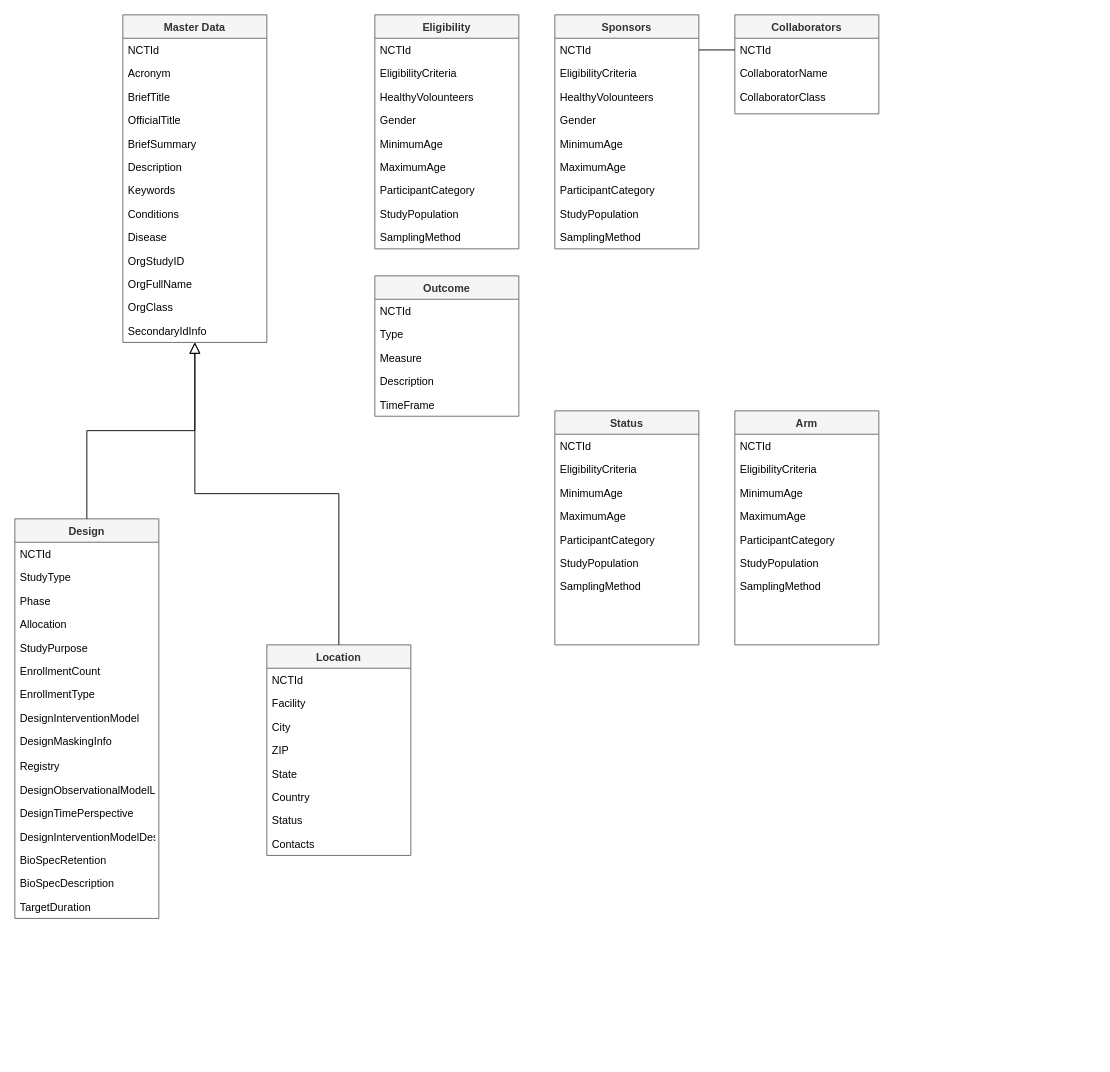
The draw.io diagram Snowflake_Database.drawio in arnaud-dg/CT_gov_project, before the edit. Source tidied: cells renumbered, new cells numbered last; positions are measured from the earlier drawing's top-left corner, leaving out a move shared by most shapes. Both pictures are drawn from the tidied source at 90%, with x=0, y=0 at pixel (14, 14).
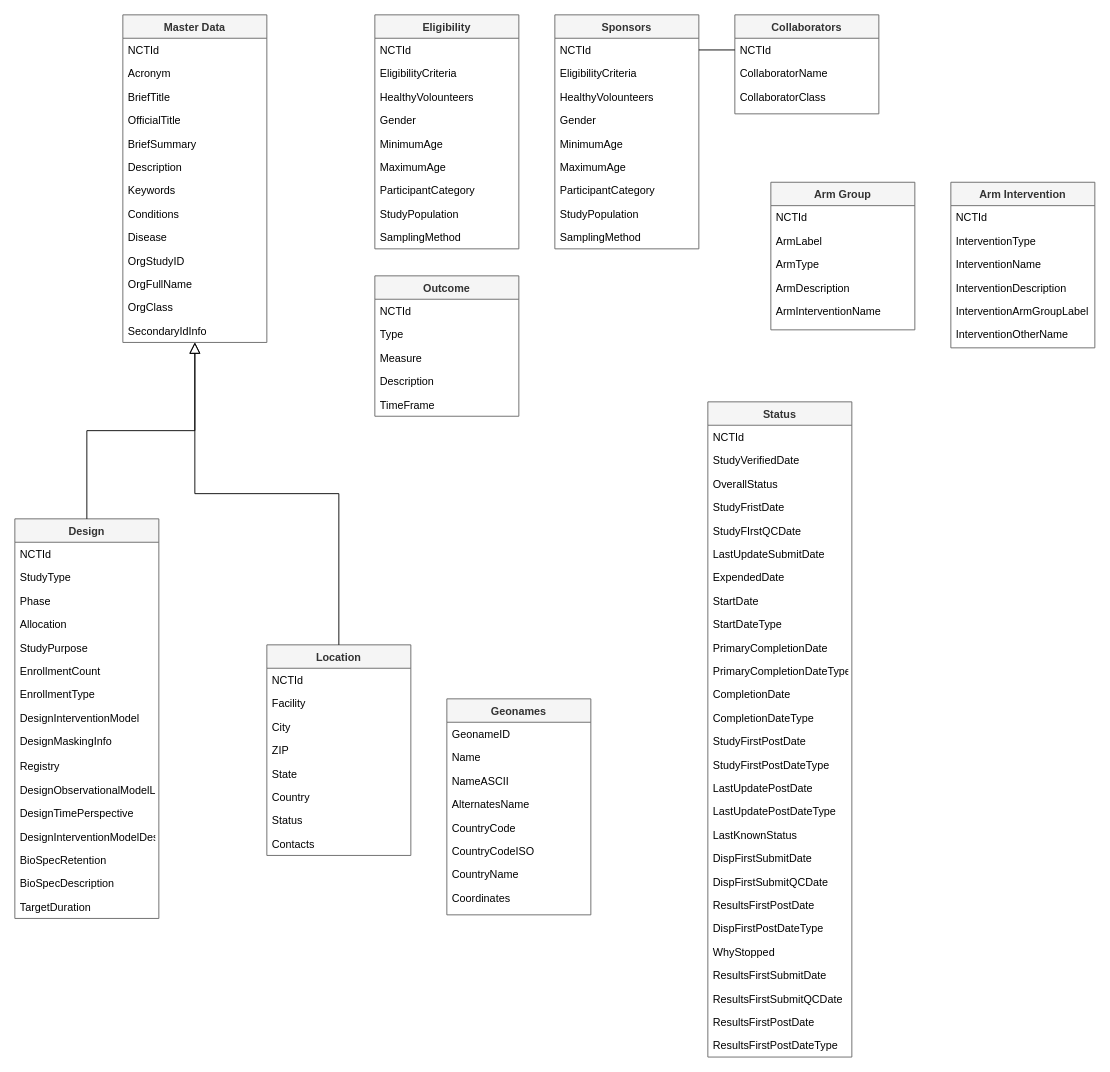
The same diagram, later.

Commit message:
Mettre à jour Snowflake_Database.drawio

Diff of the diagram source:
```diff
@@
     <mxCell id="75" value="Status" style="swimlane;fontStyle=1;align=center;verticalAlign=top;horizontal=1;startSize=26;rounded=0;shadow=0;strokeWidth=1;fillColor=#f5f5f5;fontColor=#333333;strokeColor=#666666;" parent="1" vertex="1">
-      <mxGeometry x="600" y="440" width="160" height="260" as="geometry" />
+      <mxGeometry x="770" y="430" width="160" height="728" as="geometry" />
     </mxCell>
@@
-    <mxCell id="77" value="EligibilityCriteria" style="text;align=left;verticalAlign=top;spacingLeft=4;spacingRight=4;overflow=hidden;rounded=0;shadow=0;html=0;" parent="75" vertex="1">
+    <mxCell id="77" value="StudyVerifiedDate" style="text;align=left;verticalAlign=top;spacingLeft=4;spacingRight=4;overflow=hidden;rounded=0;shadow=0;html=0;" parent="75" vertex="1">
       <mxGeometry y="52" width="160" height="26" as="geometry" />
     </mxCell>
-    <mxCell id="78" value="MinimumAge" style="text;align=left;verticalAlign=top;spacingLeft=4;spacingRight=4;overflow=hidden;rounded=0;shadow=0;html=0;" parent="75" vertex="1">
+    <mxCell id="78" value="OverallStatus" style="text;align=left;verticalAlign=top;spacingLeft=4;spacingRight=4;overflow=hidden;rounded=0;shadow=0;html=0;" parent="75" vertex="1">
       <mxGeometry y="78" width="160" height="26" as="geometry" />
     </mxCell>
-    <mxCell id="79" value="MaximumAge" style="text;align=left;verticalAlign=top;spacingLeft=4;spacingRight=4;overflow=hidden;rounded=0;shadow=0;html=0;" parent="75" vertex="1">
+    <mxCell id="79" value="StudyFristDate" style="text;align=left;verticalAlign=top;spacingLeft=4;spacingRight=4;overflow=hidden;rounded=0;shadow=0;html=0;" parent="75" vertex="1">
       <mxGeometry y="104" width="160" height="26" as="geometry" />
     </mxCell>
-    <mxCell id="80" value="ParticipantCategory" style="text;align=left;verticalAlign=top;spacingLeft=4;spacingRight=4;overflow=hidden;rounded=0;shadow=0;html=0;" parent="75" vertex="1">
+    <mxCell id="80" value="StudyFIrstQCDate" style="text;align=left;verticalAlign=top;spacingLeft=4;spacingRight=4;overflow=hidden;rounded=0;shadow=0;html=0;" parent="75" vertex="1">
       <mxGeometry y="130" width="160" height="26" as="geometry" />
     </mxCell>
-    <mxCell id="81" value="StudyPopulation" style="text;align=left;verticalAlign=top;spacingLeft=4;spacingRight=4;overflow=hidden;rounded=0;shadow=0;html=0;" parent="75" vertex="1">
+    <mxCell id="81" value="LastUpdateSubmitDate" style="text;align=left;verticalAlign=top;spacingLeft=4;spacingRight=4;overflow=hidden;rounded=0;shadow=0;html=0;" parent="75" vertex="1">
       <mxGeometry y="156" width="160" height="26" as="geometry" />
     </mxCell>
-    <mxCell id="82" value="SamplingMethod" style="text;align=left;verticalAlign=top;spacingLeft=4;spacingRight=4;overflow=hidden;rounded=0;shadow=0;html=0;" parent="75" vertex="1">
+    <mxCell id="82" value="ExpendedDate" style="text;align=left;verticalAlign=top;spacingLeft=4;spacingRight=4;overflow=hidden;rounded=0;shadow=0;html=0;" parent="75" vertex="1">
       <mxGeometry y="182" width="160" height="26" as="geometry" />
     </mxCell>
+    <mxCell id="95" value="StartDate" style="text;align=left;verticalAlign=top;spacingLeft=4;spacingRight=4;overflow=hidden;rounded=0;shadow=0;html=0;" parent="75" vertex="1">
+      <mxGeometry y="208" width="160" height="26" as="geometry" />
+    </mxCell>
+    <mxCell id="96" value="StartDateType" style="text;align=left;verticalAlign=top;spacingLeft=4;spacingRight=4;overflow=hidden;rounded=0;shadow=0;html=0;" parent="75" vertex="1">
+      <mxGeometry y="234" width="160" height="26" as="geometry" />
+    </mxCell>
+    <mxCell id="97" value="PrimaryCompletionDate" style="text;align=left;verticalAlign=top;spacingLeft=4;spacingRight=4;overflow=hidden;rounded=0;shadow=0;html=0;" parent="75" vertex="1">
+      <mxGeometry y="260" width="160" height="26" as="geometry" />
+    </mxCell>
+    <mxCell id="98" value="PrimaryCompletionDateType" style="text;align=left;verticalAlign=top;spacingLeft=4;spacingRight=4;overflow=hidden;rounded=0;shadow=0;html=0;" parent="75" vertex="1">
+      <mxGeometry y="286" width="160" height="26" as="geometry" />
+    </mxCell>
+    <mxCell id="99" value="CompletionDate" style="text;align=left;verticalAlign=top;spacingLeft=4;spacingRight=4;overflow=hidden;rounded=0;shadow=0;html=0;" parent="75" vertex="1">
+      <mxGeometry y="312" width="160" height="26" as="geometry" />
+    </mxCell>
+    <mxCell id="100" value="CompletionDateType" style="text;align=left;verticalAlign=top;spacingLeft=4;spacingRight=4;overflow=hidden;rounded=0;shadow=0;html=0;" parent="75" vertex="1">
+      <mxGeometry y="338" width="160" height="26" as="geometry" />
+    </mxCell>
-    <mxCell id="83" style="text;align=left;verticalAlign=top;spacingLeft=4;spacingRight=4;overflow=hidden;rounded=0;shadow=0;html=0;" parent="75" vertex="1">
-      <mxGeometry y="208" width="160" height="26" as="geometry" />
+    <mxCell id="83" value="StudyFirstPostDate" style="text;align=left;verticalAlign=top;spacingLeft=4;spacingRight=4;overflow=hidden;rounded=0;shadow=0;html=0;" parent="75" vertex="1">
+      <mxGeometry y="364" width="160" height="26" as="geometry" />
     </mxCell>
+    <mxCell id="101" value="StudyFirstPostDateType" style="text;align=left;verticalAlign=top;spacingLeft=4;spacingRight=4;overflow=hidden;rounded=0;shadow=0;html=0;" parent="75" vertex="1">
+      <mxGeometry y="390" width="160" height="26" as="geometry" />
+    </mxCell>
+    <mxCell id="102" value="LastUpdatePostDate" style="text;align=left;verticalAlign=top;spacingLeft=4;spacingRight=4;overflow=hidden;rounded=0;shadow=0;html=0;" parent="75" vertex="1">
+      <mxGeometry y="416" width="160" height="26" as="geometry" />
+    </mxCell>
+    <mxCell id="103" value="LastUpdatePostDateType" style="text;align=left;verticalAlign=top;spacingLeft=4;spacingRight=4;overflow=hidden;rounded=0;shadow=0;html=0;" parent="75" vertex="1">
+      <mxGeometry y="442" width="160" height="26" as="geometry" />
+    </mxCell>
+    <mxCell id="104" value="LastKnownStatus" style="text;align=left;verticalAlign=top;spacingLeft=4;spacingRight=4;overflow=hidden;rounded=0;shadow=0;html=0;" parent="75" vertex="1">
+      <mxGeometry y="468" width="160" height="26" as="geometry" />
+    </mxCell>
-    <mxCell id="84" style="text;align=left;verticalAlign=top;spacingLeft=4;spacingRight=4;overflow=hidden;rounded=0;shadow=0;html=0;" parent="75" vertex="1">
-      <mxGeometry y="234" width="160" height="26" as="geometry" />
+    <mxCell id="84" value="DispFirstSubmitDate" style="text;align=left;verticalAlign=top;spacingLeft=4;spacingRight=4;overflow=hidden;rounded=0;shadow=0;html=0;" parent="75" vertex="1">
+      <mxGeometry y="494" width="160" height="26" as="geometry" />
     </mxCell>
+    <mxCell id="105" value="DispFirstSubmitQCDate" style="text;align=left;verticalAlign=top;spacingLeft=4;spacingRight=4;overflow=hidden;rounded=0;shadow=0;html=0;" parent="75" vertex="1">
+      <mxGeometry y="520" width="160" height="26" as="geometry" />
+    </mxCell>
+    <mxCell id="106" value="ResultsFirstPostDate" style="text;align=left;verticalAlign=top;spacingLeft=4;spacingRight=4;overflow=hidden;rounded=0;shadow=0;html=0;" parent="75" vertex="1">
+      <mxGeometry y="546" width="160" height="26" as="geometry" />
+    </mxCell>
+    <mxCell id="107" value="DispFirstPostDateType" style="text;align=left;verticalAlign=top;spacingLeft=4;spacingRight=4;overflow=hidden;rounded=0;shadow=0;html=0;" parent="75" vertex="1">
+      <mxGeometry y="572" width="160" height="26" as="geometry" />
+    </mxCell>
+    <mxCell id="108" value="WhyStopped" style="text;align=left;verticalAlign=top;spacingLeft=4;spacingRight=4;overflow=hidden;rounded=0;shadow=0;html=0;" parent="75" vertex="1">
+      <mxGeometry y="598" width="160" height="26" as="geometry" />
+    </mxCell>
+    <mxCell id="109" value="ResultsFirstSubmitDate" style="text;align=left;verticalAlign=top;spacingLeft=4;spacingRight=4;overflow=hidden;rounded=0;shadow=0;html=0;" parent="75" vertex="1">
+      <mxGeometry y="624" width="160" height="26" as="geometry" />
+    </mxCell>
+    <mxCell id="110" value="ResultsFirstSubmitQCDate" style="text;align=left;verticalAlign=top;spacingLeft=4;spacingRight=4;overflow=hidden;rounded=0;shadow=0;html=0;" parent="75" vertex="1">
+      <mxGeometry y="650" width="160" height="26" as="geometry" />
+    </mxCell>
+    <mxCell id="111" value="ResultsFirstPostDate" style="text;align=left;verticalAlign=top;spacingLeft=4;spacingRight=4;overflow=hidden;rounded=0;shadow=0;html=0;" parent="75" vertex="1">
+      <mxGeometry y="676" width="160" height="26" as="geometry" />
+    </mxCell>
+    <mxCell id="112" value="ResultsFirstPostDateType" style="text;align=left;verticalAlign=top;spacingLeft=4;spacingRight=4;overflow=hidden;rounded=0;shadow=0;html=0;" parent="75" vertex="1">
+      <mxGeometry y="702" width="160" height="26" as="geometry" />
+    </mxCell>
-    <mxCell id="85" value="Arm" style="swimlane;fontStyle=1;align=center;verticalAlign=top;horizontal=1;startSize=26;rounded=0;shadow=0;strokeWidth=1;fillColor=#f5f5f5;fontColor=#333333;strokeColor=#666666;" parent="1" vertex="1">
-      <mxGeometry x="800" y="440" width="160" height="260" as="geometry" />
+    <mxCell id="85" value="Arm Group" style="swimlane;fontStyle=1;align=center;verticalAlign=top;horizontal=1;startSize=26;rounded=0;shadow=0;strokeWidth=1;fillColor=#f5f5f5;fontColor=#333333;strokeColor=#666666;" parent="1" vertex="1">
+      <mxGeometry x="840" y="186" width="160" height="164" as="geometry" />
     </mxCell>
@@
-    <mxCell id="87" value="EligibilityCriteria" style="text;align=left;verticalAlign=top;spacingLeft=4;spacingRight=4;overflow=hidden;rounded=0;shadow=0;html=0;" parent="85" vertex="1">
+    <mxCell id="87" value="ArmLabel" style="text;align=left;verticalAlign=top;spacingLeft=4;spacingRight=4;overflow=hidden;rounded=0;shadow=0;html=0;" parent="85" vertex="1">
       <mxGeometry y="52" width="160" height="26" as="geometry" />
     </mxCell>
-    <mxCell id="88" value="MinimumAge" style="text;align=left;verticalAlign=top;spacingLeft=4;spacingRight=4;overflow=hidden;rounded=0;shadow=0;html=0;" parent="85" vertex="1">
+    <mxCell id="88" value="ArmType" style="text;align=left;verticalAlign=top;spacingLeft=4;spacingRight=4;overflow=hidden;rounded=0;shadow=0;html=0;" parent="85" vertex="1">
       <mxGeometry y="78" width="160" height="26" as="geometry" />
     </mxCell>
-    <mxCell id="89" value="MaximumAge" style="text;align=left;verticalAlign=top;spacingLeft=4;spacingRight=4;overflow=hidden;rounded=0;shadow=0;html=0;" parent="85" vertex="1">
+    <mxCell id="89" value="ArmDescription" style="text;align=left;verticalAlign=top;spacingLeft=4;spacingRight=4;overflow=hidden;rounded=0;shadow=0;html=0;" parent="85" vertex="1">
       <mxGeometry y="104" width="160" height="26" as="geometry" />
     </mxCell>
-    <mxCell id="90" value="ParticipantCategory" style="text;align=left;verticalAlign=top;spacingLeft=4;spacingRight=4;overflow=hidden;rounded=0;shadow=0;html=0;" parent="85" vertex="1">
+    <mxCell id="90" value="ArmInterventionName" style="text;align=left;verticalAlign=top;spacingLeft=4;spacingRight=4;overflow=hidden;rounded=0;shadow=0;html=0;" parent="85" vertex="1">
       <mxGeometry y="130" width="160" height="26" as="geometry" />
     </mxCell>
-    <mxCell id="91" value="StudyPopulation" style="text;align=left;verticalAlign=top;spacingLeft=4;spacingRight=4;overflow=hidden;rounded=0;shadow=0;html=0;" parent="85" vertex="1">
-      <mxGeometry y="156" width="160" height="26" as="geometry" />
-    </mxCell>
-    <mxCell id="92" value="SamplingMethod" style="text;align=left;verticalAlign=top;spacingLeft=4;spacingRight=4;overflow=hidden;rounded=0;shadow=0;html=0;" parent="85" vertex="1">
-      <mxGeometry y="182" width="160" height="26" as="geometry" />
-    </mxCell>
-    <mxCell id="93" style="text;align=left;verticalAlign=top;spacingLeft=4;spacingRight=4;overflow=hidden;rounded=0;shadow=0;html=0;" parent="85" vertex="1">
-      <mxGeometry y="208" width="160" height="26" as="geometry" />
-    </mxCell>
-    <mxCell id="94" style="text;align=left;verticalAlign=top;spacingLeft=4;spacingRight=4;overflow=hidden;rounded=0;shadow=0;html=0;" parent="85" vertex="1">
-      <mxGeometry y="234" width="160" height="26" as="geometry" />
-    </mxCell>
+    <mxCell id="113" value="Geonames" style="swimlane;fontStyle=1;align=center;verticalAlign=top;horizontal=1;startSize=26;rounded=0;shadow=0;strokeWidth=1;fillColor=#f5f5f5;fontColor=#333333;strokeColor=#666666;" parent="1" vertex="1">
+      <mxGeometry x="480" y="760" width="160" height="240" as="geometry" />
+    </mxCell>
+    <mxCell id="114" value="GeonameID" style="text;align=left;verticalAlign=top;spacingLeft=4;spacingRight=4;overflow=hidden;" parent="113" vertex="1">
+      <mxGeometry y="26" width="160" height="26" as="geometry" />
+    </mxCell>
+    <mxCell id="115" value="Name" style="text;align=left;verticalAlign=top;spacingLeft=4;spacingRight=4;overflow=hidden;rounded=0;shadow=0;html=0;" parent="113" vertex="1">
+      <mxGeometry y="52" width="160" height="26" as="geometry" />
+    </mxCell>
+    <mxCell id="116" value="NameASCII" style="text;align=left;verticalAlign=top;spacingLeft=4;spacingRight=4;overflow=hidden;rounded=0;shadow=0;html=0;" parent="113" vertex="1">
+      <mxGeometry y="78" width="160" height="26" as="geometry" />
+    </mxCell>
+    <mxCell id="117" value="AlternatesName" style="text;align=left;verticalAlign=top;spacingLeft=4;spacingRight=4;overflow=hidden;rounded=0;shadow=0;html=0;" parent="113" vertex="1">
+      <mxGeometry y="104" width="160" height="26" as="geometry" />
+    </mxCell>
+    <mxCell id="118" value="CountryCode" style="text;align=left;verticalAlign=top;spacingLeft=4;spacingRight=4;overflow=hidden;rounded=0;shadow=0;html=0;" parent="113" vertex="1">
+      <mxGeometry y="130" width="160" height="26" as="geometry" />
+    </mxCell>
+    <mxCell id="119" value="CountryCodeISO" style="text;align=left;verticalAlign=top;spacingLeft=4;spacingRight=4;overflow=hidden;rounded=0;shadow=0;html=0;" parent="113" vertex="1">
+      <mxGeometry y="156" width="160" height="26" as="geometry" />
+    </mxCell>
+    <mxCell id="120" value="CountryName" style="text;align=left;verticalAlign=top;spacingLeft=4;spacingRight=4;overflow=hidden;rounded=0;shadow=0;html=0;" parent="113" vertex="1">
+      <mxGeometry y="182" width="160" height="26" as="geometry" />
+    </mxCell>
+    <mxCell id="121" value="Coordinates" style="text;align=left;verticalAlign=top;spacingLeft=4;spacingRight=4;overflow=hidden;rounded=0;shadow=0;html=0;" parent="113" vertex="1">
+      <mxGeometry y="208" width="160" height="26" as="geometry" />
+    </mxCell>
+    <mxCell id="122" value="Arm Intervention" style="swimlane;fontStyle=1;align=center;verticalAlign=top;horizontal=1;startSize=26;rounded=0;shadow=0;strokeWidth=1;fillColor=#f5f5f5;fontColor=#333333;strokeColor=#666666;" parent="1" vertex="1">
+      <mxGeometry x="1040" y="186" width="160" height="184" as="geometry" />
+    </mxCell>
+    <mxCell id="123" value="NCTId" style="text;align=left;verticalAlign=top;spacingLeft=4;spacingRight=4;overflow=hidden;" parent="122" vertex="1">
+      <mxGeometry y="26" width="160" height="26" as="geometry" />
+    </mxCell>
+    <mxCell id="124" value="InterventionType" style="text;align=left;verticalAlign=top;spacingLeft=4;spacingRight=4;overflow=hidden;rounded=0;shadow=0;html=0;" parent="122" vertex="1">
+      <mxGeometry y="52" width="160" height="26" as="geometry" />
+    </mxCell>
+    <mxCell id="125" value="InterventionName" style="text;align=left;verticalAlign=top;spacingLeft=4;spacingRight=4;overflow=hidden;rounded=0;shadow=0;html=0;" parent="122" vertex="1">
+      <mxGeometry y="78" width="160" height="26" as="geometry" />
+    </mxCell>
+    <mxCell id="126" value="InterventionDescription" style="text;align=left;verticalAlign=top;spacingLeft=4;spacingRight=4;overflow=hidden;rounded=0;shadow=0;html=0;" parent="122" vertex="1">
+      <mxGeometry y="104" width="160" height="26" as="geometry" />
+    </mxCell>
+    <mxCell id="127" value="InterventionArmGroupLabel" style="text;align=left;verticalAlign=top;spacingLeft=4;spacingRight=4;overflow=hidden;rounded=0;shadow=0;html=0;" parent="122" vertex="1">
+      <mxGeometry y="130" width="160" height="26" as="geometry" />
+    </mxCell>
+    <mxCell id="128" value="InterventionOtherName" style="text;align=left;verticalAlign=top;spacingLeft=4;spacingRight=4;overflow=hidden;rounded=0;shadow=0;html=0;" parent="122" vertex="1">
+      <mxGeometry y="156" width="160" height="26" as="geometry" />
+    </mxCell>
```
